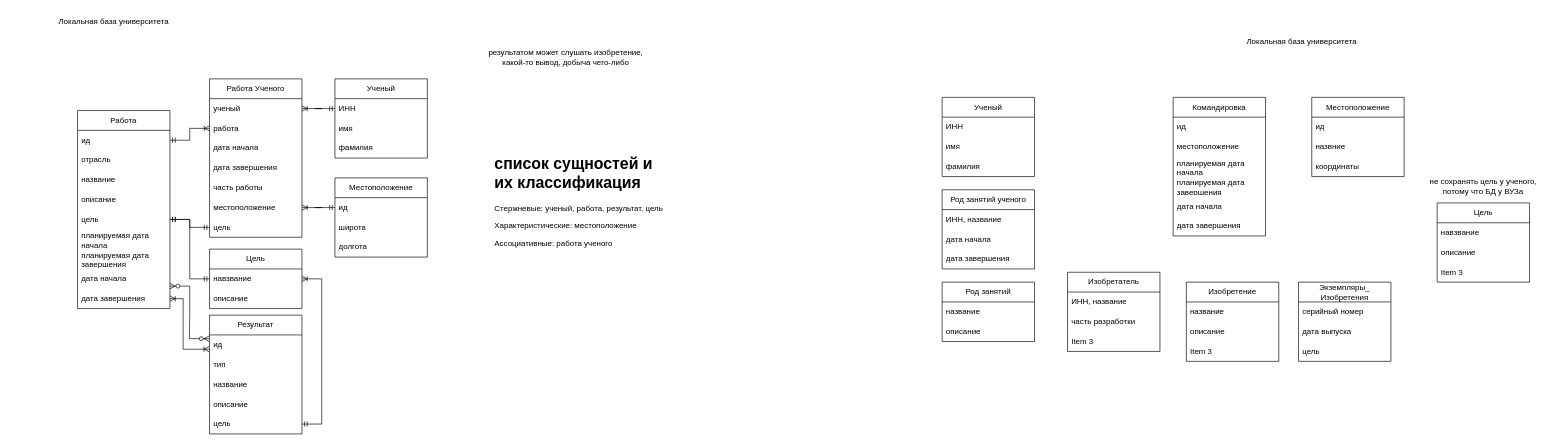
The draw.io diagram DB/lab_1/diagrams/info.drawio in vanya9090/itmo, before the edit. Source tidied: cells renumbered, new cells numbered last; positions are measured from the earlier drawing's top-left corner, leaving out a move shared by most shapes. Both pictures are drawn from the tidied source at 66%, with x=0, y=0 at pixel (11, 11).
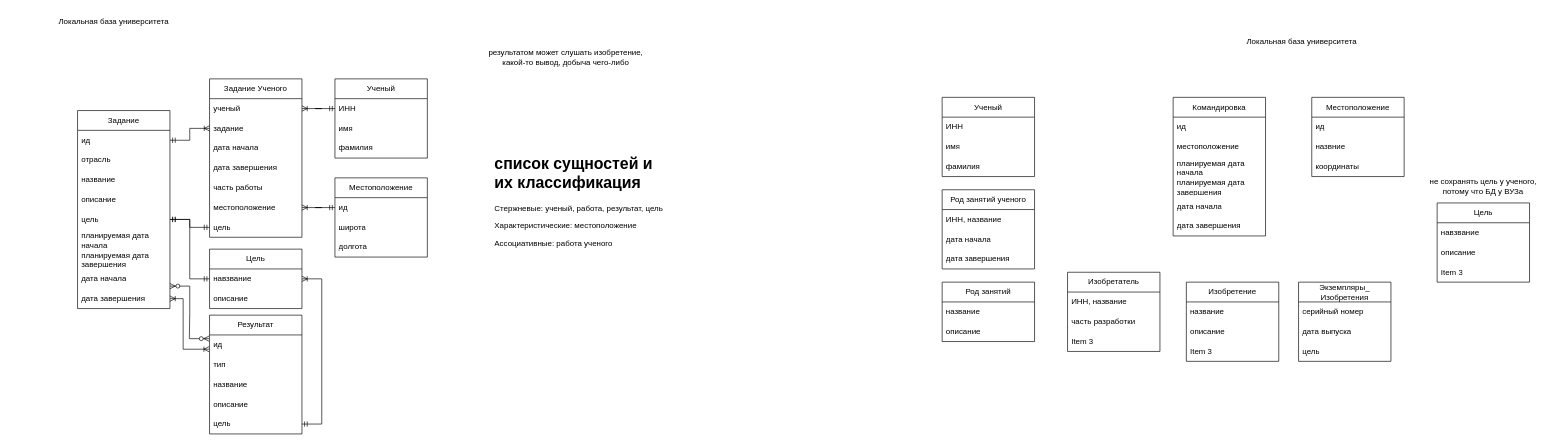
Above is the later version.

What changed in the source:
```diff
@@
-    <mxCell id="46" value="Работа" style="swimlane;fontStyle=0;horizontal=1;startSize=30;whiteSpace=wrap;html=1;" parent="1" vertex="1">
+    <mxCell id="46" value="Задание" style="swimlane;fontStyle=0;horizontal=1;startSize=30;whiteSpace=wrap;html=1;" parent="1" vertex="1">
       <mxGeometry x="100" y="150" width="140" height="300" as="geometry" />
     </mxCell>
@@
-    <mxCell id="72" value="Работа Ученого" style="swimlane;fontStyle=0;horizontal=1;startSize=30;whiteSpace=wrap;html=1;" parent="1" vertex="1">
+    <mxCell id="72" value="Задание Ученого" style="swimlane;fontStyle=0;horizontal=1;startSize=30;whiteSpace=wrap;html=1;" parent="1" vertex="1">
       <mxGeometry x="300" y="102" width="140" height="240" as="geometry" />
     </mxCell>
@@
-    <mxCell id="74" value="работа" style="text;strokeColor=none;fillColor=none;align=left;verticalAlign=middle;spacingLeft=4;spacingRight=4;overflow=hidden;points=[[0,0.5],[1,0.5]];portConstraint=eastwest;whiteSpace=wrap;html=1;" parent="72" vertex="1">
+    <mxCell id="74" value="задание" style="text;strokeColor=none;fillColor=none;align=left;verticalAlign=middle;spacingLeft=4;spacingRight=4;overflow=hidden;points=[[0,0.5],[1,0.5]];portConstraint=eastwest;whiteSpace=wrap;html=1;" parent="72" vertex="1">
       <mxGeometry y="60" width="140" height="30" as="geometry" />
     </mxCell>
```
